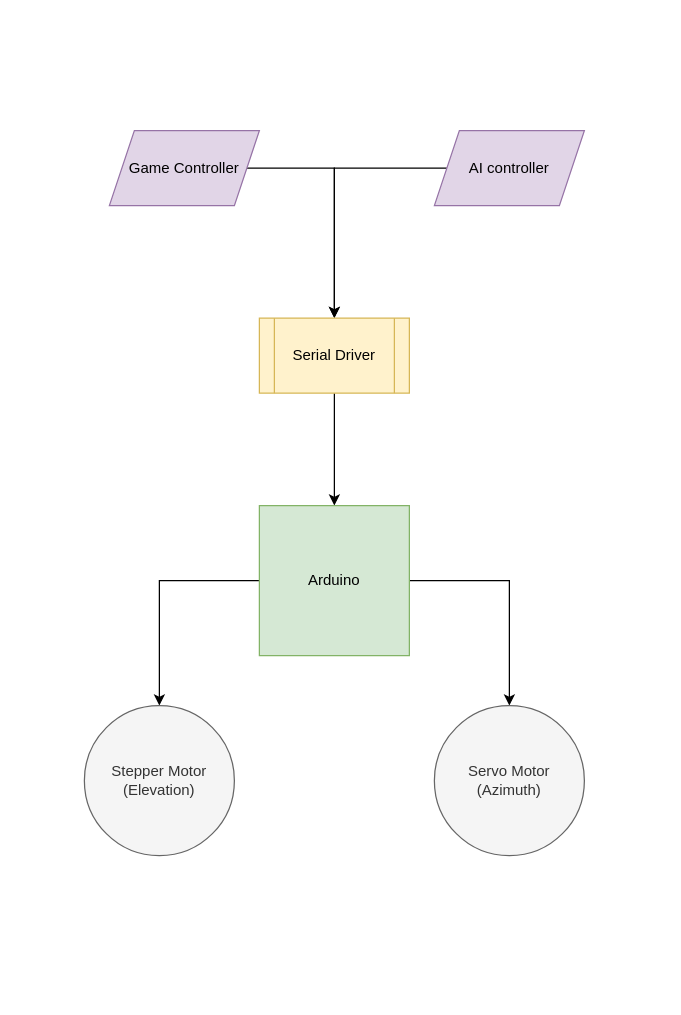
The draw.io diagram documenation/system_diagram.drawio in anjrew/Autonomous-Nerf-Turret, before the edit. Source tidied: cells renumbered, new cells numbered last; positions are measured from the earlier drawing's top-left corner, leaving out a move shared by most shapes. Both pictures are drawn from the tidied source at 125%, with x=0, y=0 at pixel (84, 130).
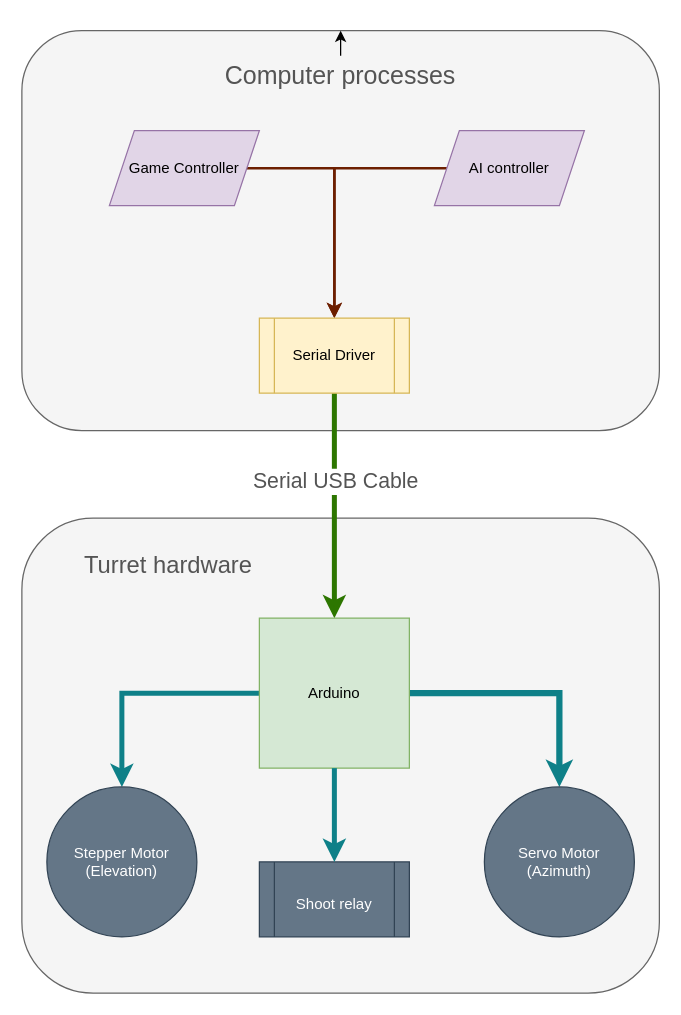
After the change.

Unchanged cells that the change refers to:
```xml
<mxCell id="3" value="Game Controller" style="shape=parallelogram;perimeter=parallelogramPerimeter;whiteSpace=wrap;html=1;fixedSize=1;fillColor=#e1d5e7;strokeColor=#9673a6;fontColor=#000000;" parent="1" vertex="1">
  <mxGeometry x="20" width="120" height="60" as="geometry" />
</mxCell>
<mxCell id="5" value="AI controller" style="shape=parallelogram;perimeter=parallelogramPerimeter;whiteSpace=wrap;html=1;fixedSize=1;fillColor=#e1d5e7;strokeColor=#9673a6;fontColor=#000000;" parent="1" vertex="1">
  <mxGeometry x="280" width="120" height="60" as="geometry" />
</mxCell>
<mxCell id="7" value="Serial Driver" style="shape=process;whiteSpace=wrap;html=1;backgroundOutline=1;fillColor=#fff2cc;strokeColor=#d6b656;fontColor=#000000;" parent="1" vertex="1">
  <mxGeometry x="140" y="150" width="120" height="60" as="geometry" />
</mxCell>
```

The edit, as a diff of the source:
```diff
@@
+    <mxCell id="13" style="rounded=1;whiteSpace=wrap;html=1;fontSize=17;fontColor=#333333;fillColor=#f5f5f5;strokeColor=#666666;" parent="1" vertex="1">
+      <mxGeometry x="-50" y="310" width="510" height="380" as="geometry" />
+    </mxCell>
+    <mxCell id="14" style="rounded=1;whiteSpace=wrap;html=1;fillColor=#f5f5f5;strokeColor=#666666;fontColor=#333333;" parent="1" vertex="1">
+      <mxGeometry x="-50" y="-80" width="510" height="320" as="geometry" />
+    </mxCell>
-    <mxCell id="2" style="edgeStyle=orthogonalEdgeStyle;rounded=0;jettySize=auto;html=1;entryX=0.5;entryY=0;entryDx=0;entryDy=0;" parent="1" edge="1" source="3" target="7">
+    <mxCell id="2" style="edgeStyle=orthogonalEdgeStyle;rounded=0;jettySize=auto;html=1;entryX=0.5;entryY=0;entryDx=0;entryDy=0;fillColor=#a0522d;strokeColor=#6D1F00;strokeWidth=2;" parent="1" edge="1" source="3" target="7">
       <mxGeometry relative="1" as="geometry">
         <Array as="points">
           <mxPoint x="200" y="30" />
         </Array>
       </mxGeometry>
     </mxCell>
@@
-    <mxCell id="4" style="edgeStyle=orthogonalEdgeStyle;rounded=0;jettySize=auto;html=1;entryX=0.5;entryY=0;entryDx=0;entryDy=0;" parent="1" edge="1" source="5" target="7">
+    <mxCell id="4" style="edgeStyle=orthogonalEdgeStyle;rounded=0;jettySize=auto;html=1;entryX=0.5;entryY=0;entryDx=0;entryDy=0;fillColor=#a0522d;strokeColor=#6D1F00;strokeWidth=2;" parent="1" edge="1" source="5" target="7">
       <mxGeometry relative="1" as="geometry" />
     </mxCell>
@@
-    <mxCell id="6" style="edgeStyle=orthogonalEdgeStyle;rounded=0;jettySize=auto;html=1;entryX=0.5;entryY=0;entryDx=0;entryDy=0;" parent="1" edge="1" source="7" target="10">
+    <mxCell id="6" style="edgeStyle=orthogonalEdgeStyle;rounded=0;jettySize=auto;html=1;entryX=0.5;entryY=0;entryDx=0;entryDy=0;fillColor=#60a917;strokeColor=#2D7600;strokeWidth=4;" parent="1" edge="1" source="7" target="10">
       <mxGeometry relative="1" as="geometry" />
     </mxCell>
+    <mxCell id="15" value="Serial USB&amp;nbsp;Cable" style="edgeLabel;html=1;align=center;verticalAlign=middle;fontSize=17;fontColor=#545454;" parent="6" vertex="1">
+      <mxGeometry x="0.2" y="2" relative="1" as="geometry">
+        <mxPoint x="-2" y="-38" as="offset" />
+      </mxGeometry>
+    </mxCell>
@@
-    <mxCell id="8" style="edgeStyle=orthogonalEdgeStyle;rounded=0;jettySize=auto;html=1;entryX=0.5;entryY=0;entryDx=0;entryDy=0;" parent="1" edge="1" source="10" target="11">
+    <mxCell id="8" style="edgeStyle=orthogonalEdgeStyle;rounded=0;jettySize=auto;html=1;entryX=0.5;entryY=0;entryDx=0;entryDy=0;fillColor=#b0e3e6;strokeColor=#0e8088;strokeWidth=4;" parent="1" edge="1" source="10" target="11">
       <mxGeometry relative="1" as="geometry" />
     </mxCell>
-    <mxCell id="9" style="edgeStyle=orthogonalEdgeStyle;rounded=0;jettySize=auto;html=1;entryX=0.5;entryY=0;entryDx=0;entryDy=0;" parent="1" edge="1" source="10" target="12">
+    <mxCell id="9" style="edgeStyle=orthogonalEdgeStyle;rounded=0;jettySize=auto;html=1;entryX=0.5;entryY=0;entryDx=0;entryDy=0;strokeWidth=5;fillColor=#b0e3e6;strokeColor=#0e8088;" parent="1" edge="1" source="10" target="12">
       <mxGeometry relative="1" as="geometry" />
     </mxCell>
     <mxCell id="10" value="Arduino" style="whiteSpace=wrap;html=1;fillColor=#d5e8d4;strokeColor=#82b366;fontColor=#000000;" parent="1" vertex="1">
-      <mxGeometry x="140" y="300" width="120" height="120" as="geometry" />
+      <mxGeometry x="140" y="390" width="120" height="120" as="geometry" />
     </mxCell>
-    <mxCell id="11" value="Stepper Motor&lt;br&gt;(Elevation)" style="ellipse;whiteSpace=wrap;html=1;fillColor=#f5f5f5;fontColor=#333333;strokeColor=#666666;" parent="1" vertex="1">
-      <mxGeometry y="460" width="120" height="120" as="geometry" />
+    <mxCell id="11" value="Stepper Motor&lt;br&gt;(Elevation)" style="ellipse;whiteSpace=wrap;html=1;fillColor=#647687;fontColor=#ffffff;strokeColor=#314354;" parent="1" vertex="1">
+      <mxGeometry x="-30" y="525" width="120" height="120" as="geometry" />
     </mxCell>
-    <mxCell id="12" value="Servo Motor&lt;br&gt;(Azimuth)" style="ellipse;whiteSpace=wrap;html=1;fillColor=#f5f5f5;fontColor=#333333;strokeColor=#666666;" parent="1" vertex="1">
-      <mxGeometry x="280" y="460" width="120" height="120" as="geometry" />
+    <mxCell id="12" value="Servo Motor&lt;br&gt;(Azimuth)" style="ellipse;whiteSpace=wrap;html=1;fillColor=#647687;fontColor=#ffffff;strokeColor=#314354;" parent="1" vertex="1">
+      <mxGeometry x="320" y="525" width="120" height="120" as="geometry" />
     </mxCell>
+    <mxCell id="16" style="edgeStyle=none;html=1;fontSize=17;fontColor=#545454;" parent="1" edge="1" source="17" target="14">
+      <mxGeometry relative="1" as="geometry" />
+    </mxCell>
+    <mxCell id="17" value="&lt;font style=&quot;font-size: 20px;&quot; color=&quot;#545454&quot;&gt;Computer processes&lt;/font&gt;" style="text;html=1;strokeColor=none;fillColor=none;align=center;verticalAlign=middle;whiteSpace=wrap;rounded=0;fontSize=20;" parent="1" vertex="1">
+      <mxGeometry x="100" y="-60" width="210" height="30" as="geometry" />
+    </mxCell>
+    <mxCell id="18" value="Turret hardware&amp;nbsp;" style="text;html=1;strokeColor=none;fillColor=none;align=center;verticalAlign=middle;whiteSpace=wrap;rounded=0;fontSize=19;fontColor=#545454;" parent="1" vertex="1">
+      <mxGeometry x="-10" y="330" width="160" height="35" as="geometry" />
+    </mxCell>
+    <mxCell id="19" value="&lt;font style=&quot;font-size: 12px;&quot;&gt;Shoot relay&lt;/font&gt;" style="shape=process;whiteSpace=wrap;html=1;backgroundOutline=1;fontSize=20;fillColor=#647687;strokeColor=#314354;fontColor=#ffffff;" parent="1" vertex="1">
+      <mxGeometry x="140" y="585" width="120" height="60" as="geometry" />
+    </mxCell>
+    <mxCell id="20" style="edgeStyle=orthogonalEdgeStyle;rounded=0;jettySize=auto;html=1;fillColor=#b0e3e6;strokeColor=#0e8088;strokeWidth=4;exitX=0.5;exitY=1;exitDx=0;exitDy=0;" parent="1" edge="1" source="10" target="19">
+      <mxGeometry relative="1" as="geometry" />
+    </mxCell>
```
